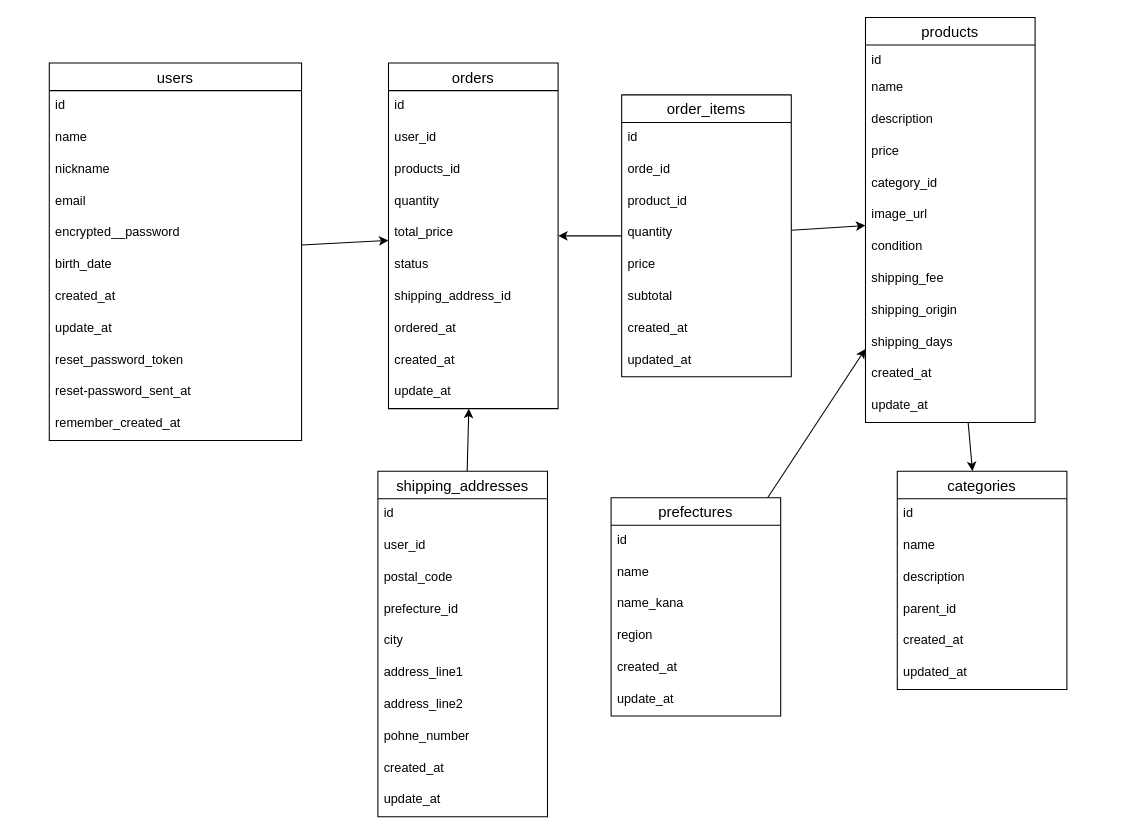
This is furima-41734.dio from comet-a1/furima-41734, a draw.io file, before an edit. Source tidied: cells renumbered, new cells numbered last; positions are measured from the earlier drawing's top-left corner, leaving out a move shared by most shapes. Both pictures are drawn from the tidied source at 106%, with x=0, y=0 at pixel (49, 17).
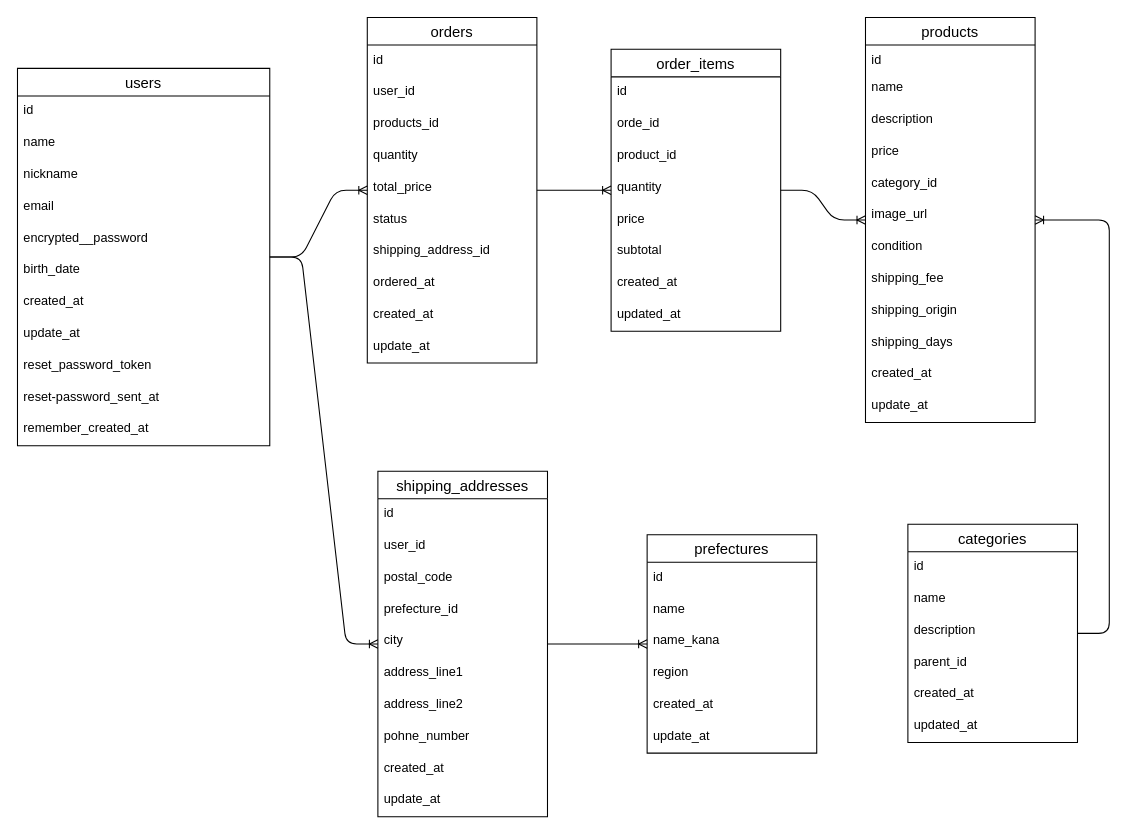
The same diagram, later.

The change refers to these unchanged cells:
```xml
<mxCell id="16" value="products" style="swimlane;fontStyle=0;horizontal=1;startSize=26;align=center;fontSize=14;" parent="1" vertex="1">
  <mxGeometry x="770" width="160" height="382" as="geometry" />
</mxCell>
<mxCell id="41" value="shipping_addresses" style="swimlane;fontStyle=0;horizontal=1;startSize=26;align=center;fontSize=14;" parent="1" vertex="1">
  <mxGeometry x="310" y="428" width="160" height="326" as="geometry" />
</mxCell>
```

Change to the diagram source:
```diff
@@
-    <mxCell id="2" style="edgeStyle=none;html=1;" parent="1" edge="1" source="3" target="29">
-      <mxGeometry relative="1" as="geometry" />
-    </mxCell>
     <mxCell id="3" value="users" style="swimlane;fontStyle=0;horizontal=1;startSize=26;align=center;fontSize=14;" parent="1" vertex="1">
-      <mxGeometry y="43" width="238" height="356" as="geometry" />
+      <mxGeometry x="-30" y="48" width="238" height="356" as="geometry" />
     </mxCell>
@@
-    <mxCell id="15" style="edgeStyle=none;html=1;" parent="1" edge="1" source="16" target="61">
-      <mxGeometry relative="1" as="geometry" />
-    </mxCell>
@@
     <mxCell id="29" value="orders" style="swimlane;fontStyle=0;horizontal=1;startSize=26;align=center;fontSize=14;" parent="1" vertex="1">
-      <mxGeometry x="320" y="43" width="160" height="326" as="geometry" />
+      <mxGeometry x="300" width="160" height="326" as="geometry" />
     </mxCell>
@@
-    <mxCell id="40" style="edgeStyle=none;html=1;" parent="1" edge="1" source="41" target="29">
-      <mxGeometry relative="1" as="geometry" />
-    </mxCell>
@@
-    <mxCell id="53" style="edgeStyle=none;html=1;" parent="1" edge="1" source="54" target="16">
-      <mxGeometry relative="1" as="geometry" />
-    </mxCell>
     <mxCell id="54" value="prefectures" style="swimlane;fontStyle=0;horizontal=1;startSize=26;align=center;fontSize=14;" parent="1" vertex="1">
-      <mxGeometry x="530" y="453" width="160" height="206" as="geometry" />
+      <mxGeometry x="564" y="488" width="160" height="206" as="geometry" />
     </mxCell>
@@
     <mxCell id="61" value="categories" style="swimlane;fontStyle=0;horizontal=1;startSize=26;align=center;fontSize=14;" parent="1" vertex="1">
-      <mxGeometry x="800" y="428" width="160" height="206" as="geometry" />
+      <mxGeometry x="810" y="478" width="160" height="206" as="geometry" />
     </mxCell>
@@
-    <mxCell id="68" style="html=1;" parent="1" edge="1" source="70" target="16">
-      <mxGeometry relative="1" as="geometry" />
-    </mxCell>
-    <mxCell id="69" style="edgeStyle=none;html=1;" parent="1" edge="1" source="70" target="29">
-      <mxGeometry relative="1" as="geometry" />
-    </mxCell>
     <mxCell id="70" value="order_items" style="swimlane;fontStyle=0;horizontal=1;startSize=26;align=center;fontSize=14;" parent="1" vertex="1">
-      <mxGeometry x="540" y="73" width="160" height="266" as="geometry" />
+      <mxGeometry x="530" y="30" width="160" height="266" as="geometry" />
     </mxCell>
@@
+    <mxCell id="2" style="edgeStyle=entityRelationEdgeStyle;fontSize=12;html=1;endArrow=ERoneToMany;" parent="1" edge="1" source="3" target="29">
+      <mxGeometry relative="1" as="geometry" />
+    </mxCell>
+    <mxCell id="79" style="edgeStyle=entityRelationEdgeStyle;fontSize=12;html=1;endArrow=ERoneToMany;" parent="1" edge="1" source="29" target="70">
+      <mxGeometry relative="1" as="geometry" />
+    </mxCell>
+    <mxCell id="68" style="edgeStyle=entityRelationEdgeStyle;fontSize=12;html=1;endArrow=ERoneToMany;" parent="1" edge="1" source="70" target="16">
+      <mxGeometry relative="1" as="geometry" />
+    </mxCell>
+    <mxCell id="80" style="edgeStyle=entityRelationEdgeStyle;fontSize=12;html=1;endArrow=ERoneToMany;" parent="1" edge="1" source="3" target="41">
+      <mxGeometry relative="1" as="geometry" />
+    </mxCell>
+    <mxCell id="81" style="edgeStyle=entityRelationEdgeStyle;fontSize=12;html=1;endArrow=ERoneToMany;" parent="1" edge="1" source="41" target="54">
+      <mxGeometry relative="1" as="geometry" />
+    </mxCell>
+    <mxCell id="82" style="edgeStyle=entityRelationEdgeStyle;fontSize=12;html=1;endArrow=ERoneToMany;" parent="1" edge="1" source="61" target="16">
+      <mxGeometry relative="1" as="geometry" />
+    </mxCell>
```
